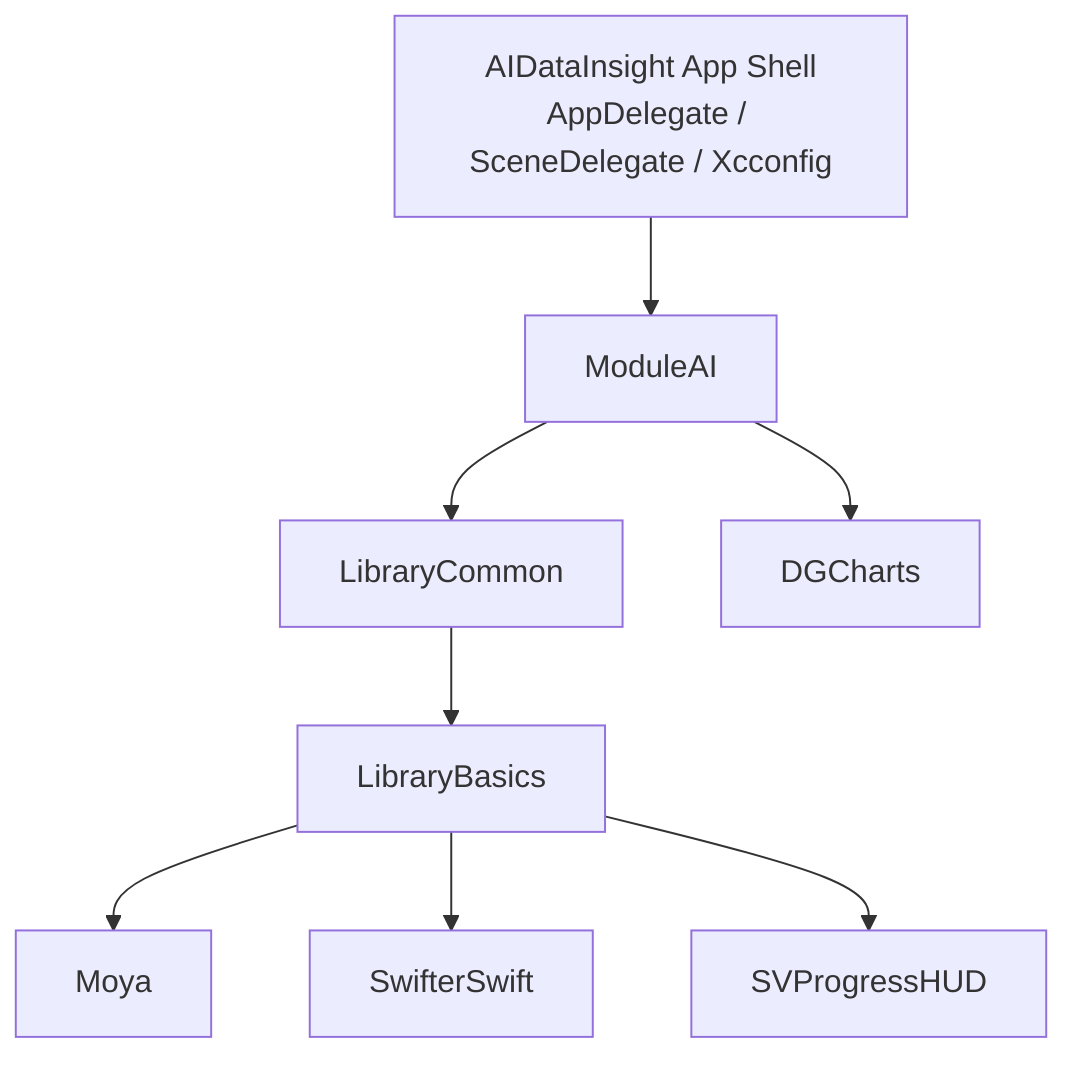
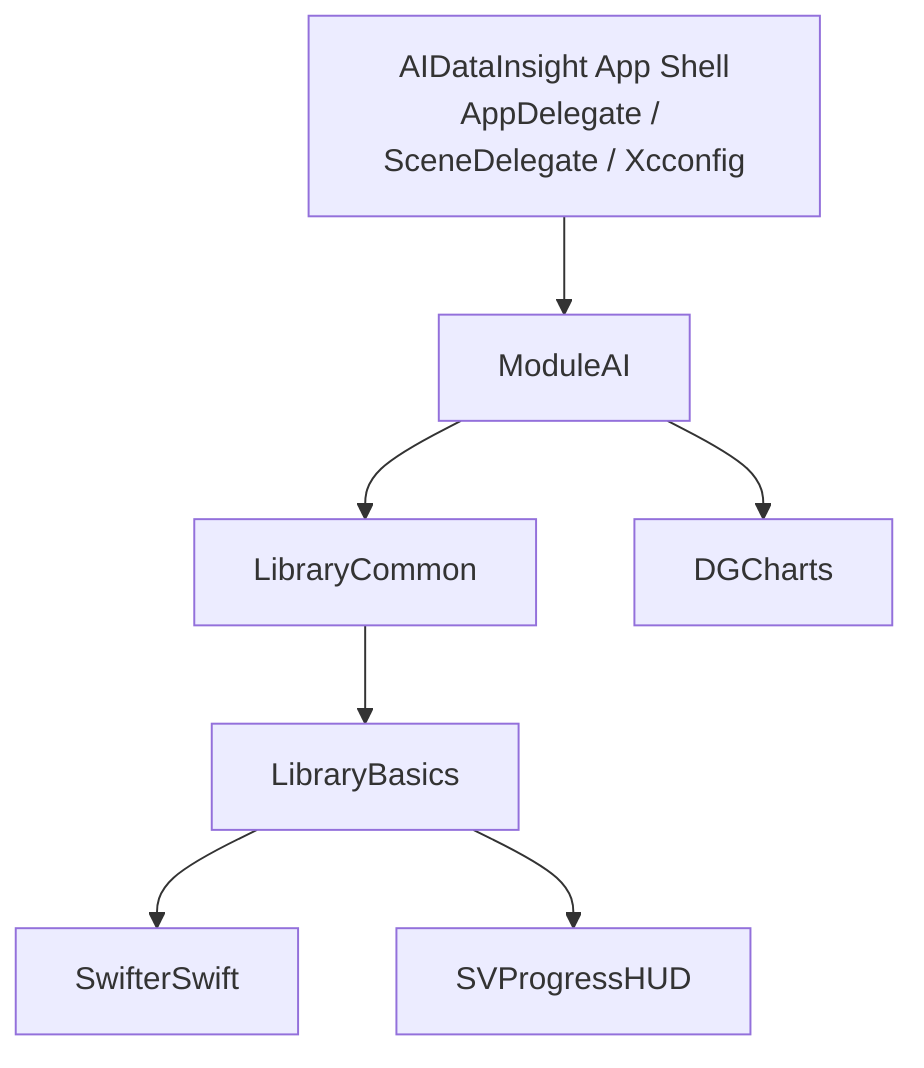
flowchart TD
    App["AIDataInsight App Shell<br/>AppDelegate / SceneDelegate / Xcconfig"] --> ModuleAI["ModuleAI"]

    ModuleAI --> LibraryCommon["LibraryCommon"]
    LibraryCommon --> LibraryBasics["LibraryBasics"]

    ModuleAI --> DGCharts["DGCharts"]

-     LibraryBasics --> Moya["Moya"]
    LibraryBasics --> SwifterSwift["SwifterSwift"]
    LibraryBasics --> SVProgressHUD["SVProgressHUD"]
